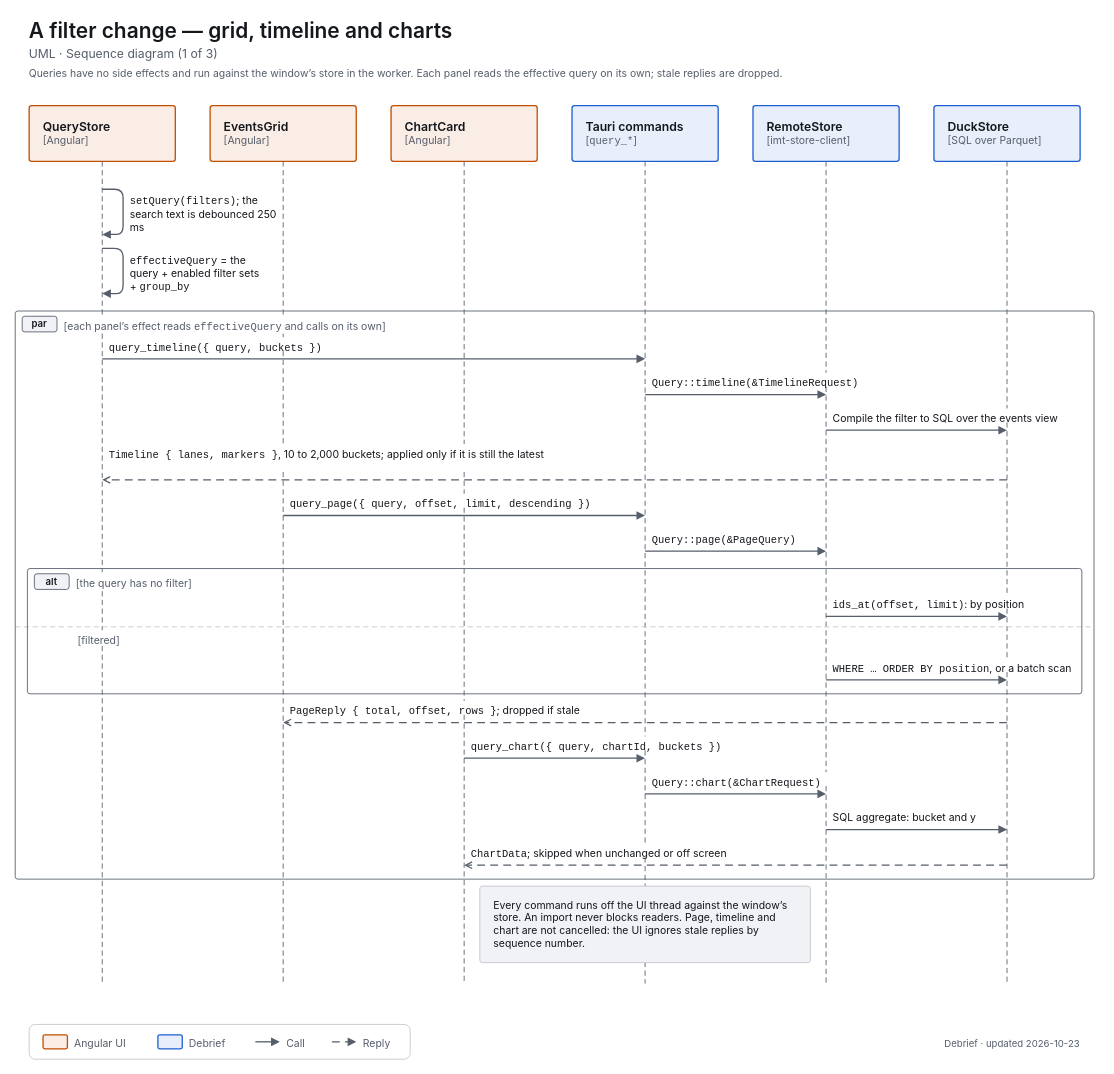
decryp7/integrated_maintenance_tool keeps this draw.io diagram as docs/diagrams/uml-seq-query-timeline.drawio. Above is the earlier version. Source tidied: cells renumbered, new cells numbered last; positions are measured from the earlier drawing's top-left corner, leaving out a move shared by most shapes. Both pictures are drawn from the tidied source at 87%, with x=0, y=0 at pixel (15, 15).
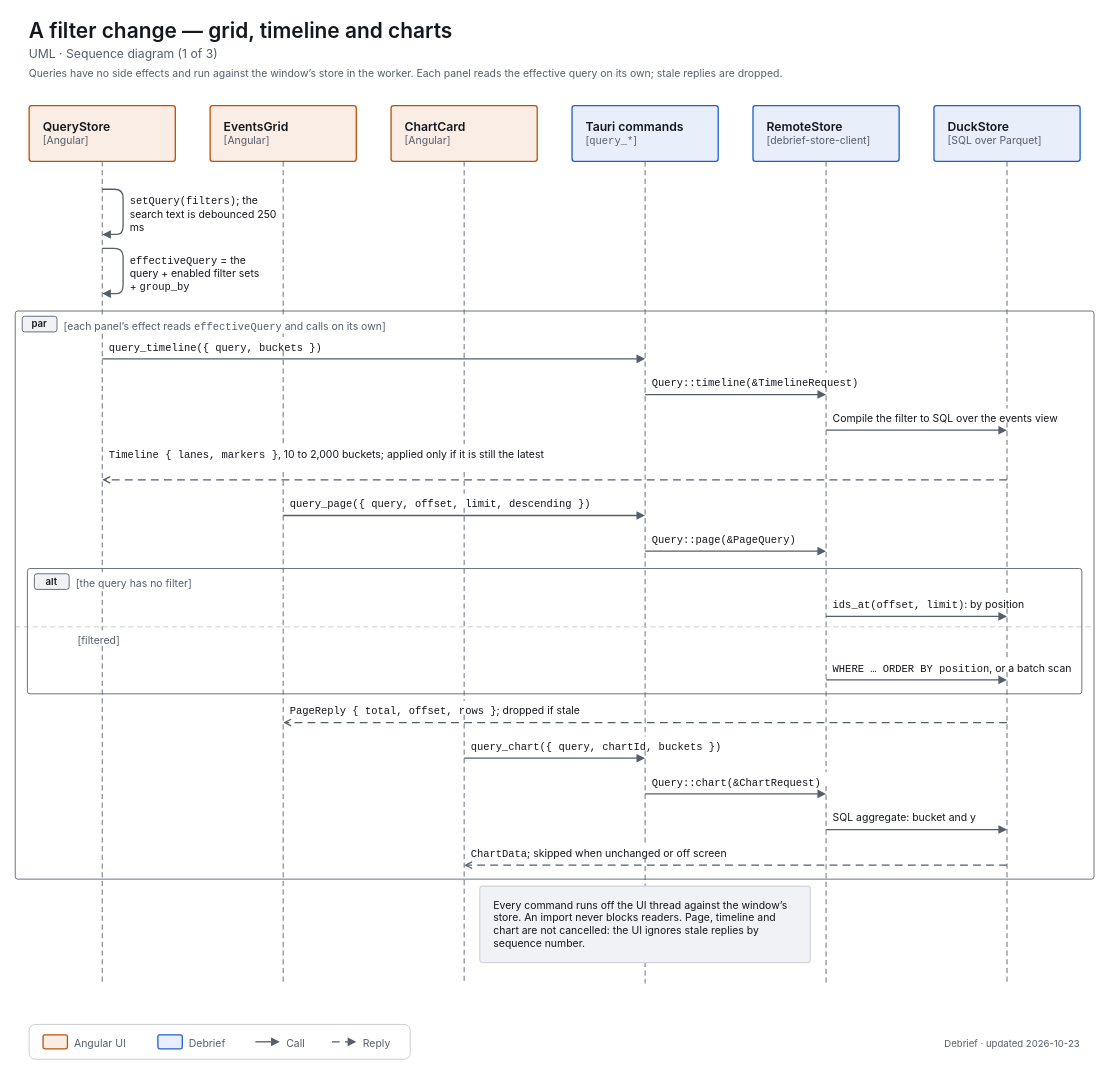
After the change.

What changed in the source:
```diff
@@
-    <mxCell id="9" value="&lt;span style=&quot;font-size:14px;font-weight:600&quot;&gt;RemoteStore&lt;/span&gt;&lt;br&gt;&lt;span style=&quot;font-size:12px;color:light-dark(#565E6B,#A0A7B2)&quot;&gt;[imt-store-client]&lt;/span&gt;" style="html=1;whiteSpace=wrap;fontFamily=-apple-system,BlinkMacSystemFont,Segoe UI,system-ui,sans-serif;fontSize=12;fontColor=light-dark(#14171C,#ECEEF1);rounded=1;absoluteArcSize=1;arcSize=6;strokeWidth=1.5;strokeColor=light-dark(#1D5FD1,#5B9BFF);fillColor=light-dark(#E8EFFA,#202C3F);align=left;verticalAlign=top;spacingLeft=14;spacingRight=14;spacingTop=10;spacingBottom=8;" parent="1" vertex="1">
+    <mxCell id="9" value="&lt;span style=&quot;font-size:14px;font-weight:600&quot;&gt;RemoteStore&lt;/span&gt;&lt;br&gt;&lt;span style=&quot;font-size:12px;color:light-dark(#565E6B,#A0A7B2)&quot;&gt;[debrief-store-client]&lt;/span&gt;" style="html=1;whiteSpace=wrap;fontFamily=-apple-system,BlinkMacSystemFont,Segoe UI,system-ui,sans-serif;fontSize=12;fontColor=light-dark(#14171C,#ECEEF1);rounded=1;absoluteArcSize=1;arcSize=6;strokeWidth=1.5;strokeColor=light-dark(#1D5FD1,#5B9BFF);fillColor=light-dark(#E8EFFA,#202C3F);align=left;verticalAlign=top;spacingLeft=14;spacingRight=14;spacingTop=10;spacingBottom=8;" parent="1" vertex="1">
       <mxGeometry x="848" y="104" width="168" height="64" as="geometry" />
     </mxCell>
```
